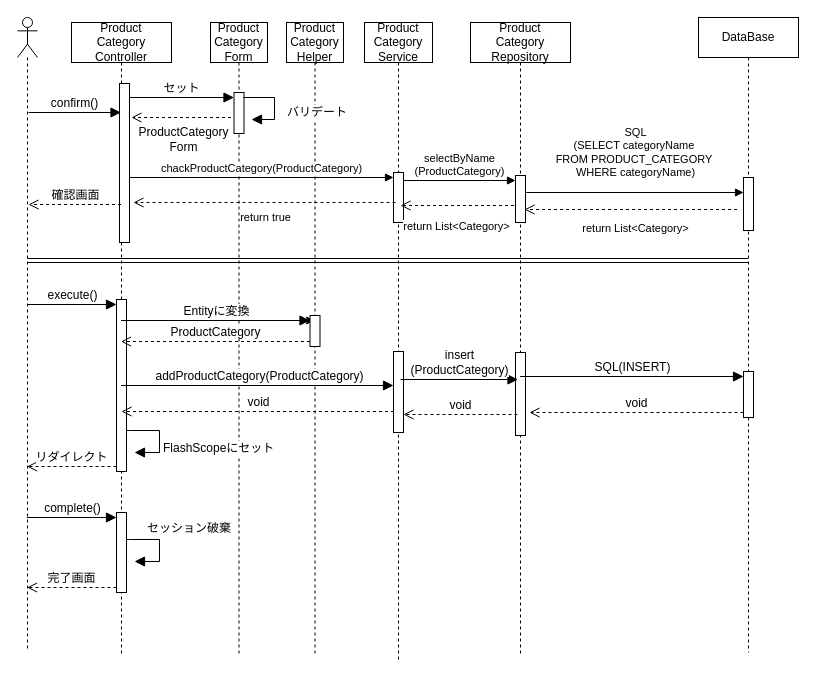
Above: plan/uml/sequence/sequenceBP019~021.drawio in NstecEmp-013/team-dev-spring-boot-ec (draw.io), before the change. Source tidied: cells renumbered, new cells numbered last; positions are measured from the earlier drawing's top-left corner, leaving out a move shared by most shapes. Both pictures are drawn from the tidied source at 100%, with x=0, y=0 at pixel (17, 17).
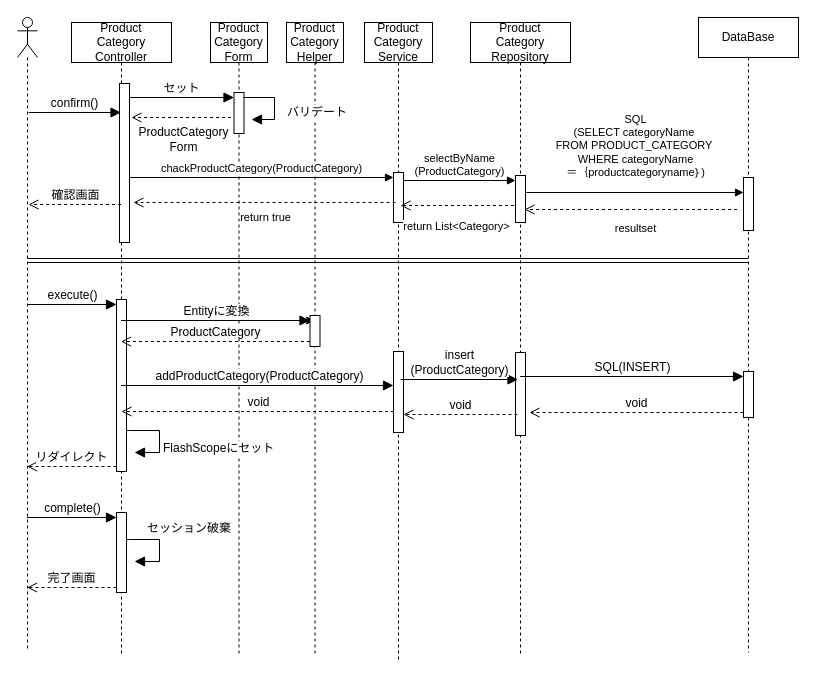
After the change.

Unchanged cells that the change refers to:
```xml
<mxCell id="20" style="html=1;points=[[0,0,0,0,5],[0,1,0,0,-5],[1,0,0,0,5],[1,1,0,0,-5]];perimeter=orthogonalPerimeter;outlineConnect=0;targetShapes=umlLifeline;portConstraint=eastwest;newEdgeStyle={&quot;curved&quot;:0,&quot;rounded&quot;:0};" parent="18" vertex="1">
  <mxGeometry x="45" y="160" width="10" height="53" as="geometry" />
</mxCell>
```

Change to the diagram source:
```diff
@@
-    <mxCell id="46" value="return List&amp;lt;Category&amp;gt;" style="html=1;verticalAlign=bottom;endArrow=open;dashed=1;endSize=8;curved=0;rounded=0;exitX=0;exitY=1;exitDx=0;exitDy=-5;" parent="1" edge="1">
+    <mxCell id="46" value="resultset" style="html=1;verticalAlign=bottom;endArrow=open;dashed=1;endSize=8;curved=0;rounded=0;exitX=0;exitY=1;exitDx=0;exitDy=-5;" parent="1" edge="1">
       <mxGeometry x="-0.04" y="28" relative="1" as="geometry">
         <mxPoint x="719.5" y="192" as="sourcePoint" />
         <mxPoint x="507" y="192" as="targetPoint" />
       </mxGeometry>
     </mxCell>
-    <mxCell id="47" value="SQL&lt;div&gt;(SELECT categoryName&amp;nbsp;&lt;/div&gt;&lt;div&gt;FROM PRODUCT_CATEGORY&amp;nbsp;&lt;/div&gt;&lt;div&gt;WHERE categoryName)&lt;/div&gt;" style="html=1;verticalAlign=bottom;endArrow=block;curved=0;rounded=0;" parent="1" edge="1" target="20">
+    <mxCell id="47" value="SQL&lt;div&gt;(SELECT categoryName&amp;nbsp;&lt;/div&gt;&lt;div&gt;FROM PRODUCT_CATEGORY&amp;nbsp;&lt;/div&gt;&lt;div&gt;WHERE categoryName&lt;/div&gt;&lt;div&gt;＝｛productcategoryname｝)&lt;/div&gt;" style="html=1;verticalAlign=bottom;endArrow=block;curved=0;rounded=0;" parent="1" edge="1" target="20">
       <mxGeometry y="11" relative="1" as="geometry">
         <mxPoint x="508.8" y="175" as="sourcePoint" />
       </mxGeometry>
     </mxCell>
```
